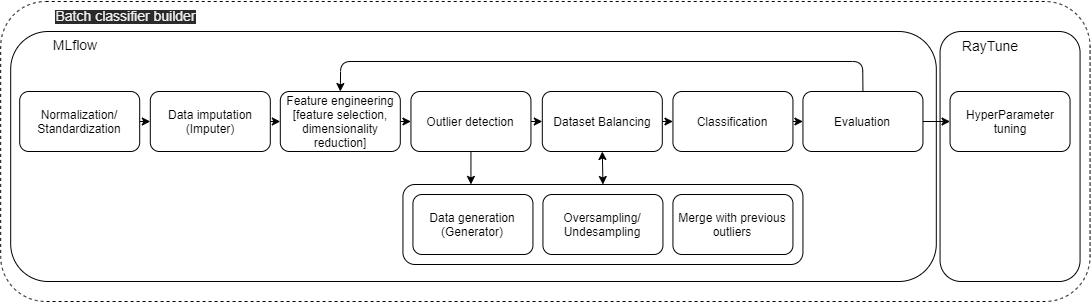
This is img/batch_model.png from pedrohjn/FIREMAN-project_frontend, a draw.io export, as it was before one commit. Source tidied: cells renumbered, new cells last; positions are measured from the earlier drawing's top-left corner, leaving out a move shared by most shapes.
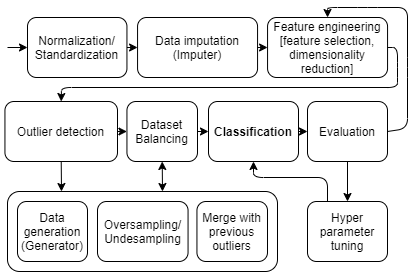
The same diagram one commit later.

What changed in the source:
```diff
@@ -2,64 +2,67 @@
   <root>
     <mxCell id="0" />
     <mxCell id="1" parent="0" />
-    <mxCell id="2" style="rounded=1;whiteSpace=wrap;html=1;dashed=1;" parent="1" vertex="1">
-      <mxGeometry x="0.2" y="1" width="1089.4" height="300" as="geometry" />
-    </mxCell>
-    <mxCell id="3" style="rounded=1;whiteSpace=wrap;html=1;" parent="1" vertex="1">
-      <mxGeometry x="10.2" y="31" width="925.6" height="250" as="geometry" />
-    </mxCell>
     <mxCell id="4" style="rounded=1;whiteSpace=wrap;html=1;" parent="1" vertex="1">
-      <mxGeometry x="402.4" y="184" width="400" height="80" as="geometry" />
+      <mxGeometry x="413" y="184" width="270" height="80" as="geometry" />
     </mxCell>
-    <mxCell id="5" value="&lt;span style=&quot;color: rgb(240 , 240 , 240) ; font-family: &amp;#34;helvetica&amp;#34; ; font-style: normal ; font-weight: 400 ; letter-spacing: normal ; text-align: center ; text-indent: 0px ; text-transform: none ; word-spacing: 0px ; background-color: rgb(42 , 42 , 42) ; display: inline ; float: none&quot;&gt;&lt;font style=&quot;font-size: 14px&quot;&gt;Batch classifier builder&lt;/font&gt;&lt;/span&gt;" style="text;html=1;strokeColor=none;fillColor=none;align=center;verticalAlign=middle;whiteSpace=wrap;rounded=0;" parent="1" vertex="1">
-      <mxGeometry x="49.6" width="150.6" height="30" as="geometry" />
-    </mxCell>
     <mxCell id="6" value="Feature engineering&lt;br&gt;[feature selection, dimensionality reduction]" style="rounded=1;whiteSpace=wrap;html=1;" parent="1" vertex="1">
-      <mxGeometry x="279.8" y="91" width="120" height="60" as="geometry" />
+      <mxGeometry x="673.1" y="10" width="120" height="60" as="geometry" />
     </mxCell>
     <mxCell id="7" value="Data imputation&lt;br&gt;(Imputer)" style="rounded=1;whiteSpace=wrap;html=1;" parent="1" vertex="1">
-      <mxGeometry x="149.8" y="91" width="120" height="60" as="geometry" />
+      <mxGeometry x="543.1" y="10" width="120" height="60" as="geometry" />
     </mxCell>
     <mxCell id="8" value="Outlier detection" style="rounded=1;whiteSpace=wrap;html=1;" parent="1" vertex="1">
-      <mxGeometry x="410.4" y="91" width="120" height="60" as="geometry" />
+      <mxGeometry x="410.4" y="94" width="112.6" height="60" as="geometry" />
     </mxCell>
     <mxCell id="9" value="Dataset Balancing" style="rounded=1;whiteSpace=wrap;html=1;" parent="1" vertex="1">
-      <mxGeometry x="541.8" y="91" width="120" height="60" as="geometry" />
+      <mxGeometry x="532.4" y="94" width="70.6" height="60" as="geometry" />
     </mxCell>
     <mxCell id="10" value="Data generation&lt;br&gt;(Generator)" style="rounded=1;whiteSpace=wrap;html=1;" parent="1" vertex="1">
-      <mxGeometry x="412.4" y="194" width="120" height="60" as="geometry" />
+      <mxGeometry x="423" y="194" width="70" height="60" as="geometry" />
     </mxCell>
     <mxCell id="11" value="Oversampling/&lt;br&gt;Undesampling" style="rounded=1;whiteSpace=wrap;html=1;" parent="1" vertex="1">
-      <mxGeometry x="542.4" y="194" width="120" height="60" as="geometry" />
+      <mxGeometry x="503" y="194" width="90.6" height="60" as="geometry" />
     </mxCell>
     <mxCell id="12" value="Merge with previous outliers" style="rounded=1;whiteSpace=wrap;html=1;" parent="1" vertex="1">
-      <mxGeometry x="672.4" y="194" width="120" height="60" as="geometry" />
+      <mxGeometry x="602.4" y="194" width="70.6" height="60" as="geometry" />
     </mxCell>
-    <mxCell id="13" style="endArrow=classic;startArrow=classic;html=1;exitX=0.5;exitY=0;exitDx=0;exitDy=0;entryX=0.5;entryY=1;entryDx=0;entryDy=0;" parent="1" edge="1" source="4" target="9">
-      <mxGeometry relative="1" as="geometry" />
+    <mxCell id="13" style="endArrow=classic;startArrow=classic;html=1;entryX=0.5;entryY=1;entryDx=0;entryDy=0;" parent="1" edge="1" target="9">
+      <mxGeometry relative="1" as="geometry">
+        <mxPoint x="568" y="184" as="sourcePoint" />
+      </mxGeometry>
     </mxCell>
-    <mxCell id="14" value="Classification" style="rounded=1;whiteSpace=wrap;html=1;" parent="1" vertex="1">
-      <mxGeometry x="672.4" y="91" width="120" height="60" as="geometry" />
+    <mxCell id="14" value="Classification" style="rounded=1;whiteSpace=wrap;html=1;fontStyle=1;" parent="1" vertex="1">
+      <mxGeometry x="614" y="94" width="90" height="60" as="geometry" />
     </mxCell>
-    <mxCell id="15" style="endArrow=classic;html=1;entryX=0.5;entryY=0;entryDx=0;entryDy=0;exitX=0.5;exitY=0;exitDx=0;exitDy=0;" parent="1" edge="1" source="19" target="6">
+    <mxCell id="15" style="endArrow=classic;html=1;entryX=0.5;entryY=0;entryDx=0;entryDy=0;exitX=1;exitY=0.5;exitDx=0;exitDy=0;" parent="1" edge="1" source="19" target="6">
       <mxGeometry relative="1" as="geometry">
         <Array as="points">
-          <mxPoint x="862.2" y="61" />
-          <mxPoint x="340.2" y="61" />
+          <mxPoint x="813" y="121" />
+          <mxPoint x="813" y="60" />
+          <mxPoint x="813" />
+          <mxPoint x="773" />
+          <mxPoint x="733" />
         </Array>
       </mxGeometry>
     </mxCell>
     <mxCell id="16" style="endArrow=classic;html=1;entryX=0;entryY=0.5;entryDx=0;entryDy=0;exitX=1;exitY=0.5;exitDx=0;exitDy=0;" parent="1" edge="1" source="8" target="9">
       <mxGeometry relative="1" as="geometry" />
     </mxCell>
-    <mxCell id="17" style="endArrow=classic;html=1;entryX=0;entryY=0.5;entryDx=0;entryDy=0;exitX=1;exitY=0.5;exitDx=0;exitDy=0;" parent="1" edge="1" source="6" target="8">
-      <mxGeometry relative="1" as="geometry" />
+    <mxCell id="17" style="endArrow=classic;html=1;entryX=0.5;entryY=0;entryDx=0;entryDy=0;exitX=1;exitY=0.5;exitDx=0;exitDy=0;" parent="1" edge="1" source="6" target="8">
+      <mxGeometry relative="1" as="geometry">
+        <Array as="points">
+          <mxPoint x="803" y="40" />
+          <mxPoint x="803" y="60" />
+          <mxPoint x="803" y="80" />
+          <mxPoint x="467" y="80" />
+        </Array>
+      </mxGeometry>
     </mxCell>
     <mxCell id="18" style="endArrow=classic;html=1;entryX=0;entryY=0.5;entryDx=0;entryDy=0;exitX=1;exitY=0.5;exitDx=0;exitDy=0;" parent="1" edge="1" source="9" target="14">
       <mxGeometry relative="1" as="geometry" />
     </mxCell>
     <mxCell id="19" value="Evaluation" style="rounded=1;whiteSpace=wrap;html=1;" parent="1" vertex="1">
-      <mxGeometry x="802.4" y="91" width="120" height="60" as="geometry" />
+      <mxGeometry x="713" y="94" width="80" height="60" as="geometry" />
     </mxCell>
     <mxCell id="20" style="endArrow=classic;html=1;entryX=0;entryY=0.5;entryDx=0;entryDy=0;exitX=1;exitY=0.5;exitDx=0;exitDy=0;" parent="1" edge="1" source="14" target="19">
       <mxGeometry relative="1" as="geometry" />
@@ -67,29 +70,35 @@
     <mxCell id="21" style="endArrow=classic;html=1;entryX=0;entryY=0.5;entryDx=0;entryDy=0;exitX=1;exitY=0.5;exitDx=0;exitDy=0;" parent="1" edge="1" source="7" target="6">
       <mxGeometry relative="1" as="geometry" />
     </mxCell>
-    <mxCell id="22" style="rounded=1;whiteSpace=wrap;html=1;" parent="1" vertex="1">
-      <mxGeometry x="939.6" y="31" width="140" height="250" as="geometry" />
-    </mxCell>
-    <mxCell id="23" value="HyperParameter tuning" style="rounded=1;whiteSpace=wrap;html=1;" parent="1" vertex="1">
-      <mxGeometry x="949.6" y="91" width="120" height="60" as="geometry" />
+    <mxCell id="23" value="Hyper parameter tuning" style="rounded=1;whiteSpace=wrap;html=1;" parent="1" vertex="1">
+      <mxGeometry x="713" y="194" width="80" height="60" as="geometry" />
     </mxCell>
-    <mxCell id="24" style="endArrow=classic;html=1;entryX=0;entryY=0.5;entryDx=0;entryDy=0;exitX=1;exitY=0.5;exitDx=0;exitDy=0;" parent="1" edge="1" source="19" target="23">
-      <mxGeometry relative="1" as="geometry" />
-    </mxCell>
-    <mxCell id="25" value="&lt;font face=&quot;helvetica&quot;&gt;&lt;span style=&quot;font-size: 14px&quot;&gt;MLflow&lt;/span&gt;&lt;/font&gt;" style="text;html=1;strokeColor=none;fillColor=none;align=center;verticalAlign=middle;whiteSpace=wrap;rounded=0;" parent="1" vertex="1">
-      <mxGeometry x="47.8" y="29" width="54.4" height="30" as="geometry" />
-    </mxCell>
-    <mxCell id="26" value="&lt;font face=&quot;helvetica&quot;&gt;&lt;span style=&quot;font-size: 14px&quot;&gt;RayTune&lt;/span&gt;&lt;/font&gt;" style="text;html=1;strokeColor=none;fillColor=none;align=center;verticalAlign=middle;whiteSpace=wrap;rounded=0;" parent="1" vertex="1">
-      <mxGeometry x="939.6" y="30" width="100" height="30" as="geometry" />
-    </mxCell>
     <mxCell id="27" value="Normalization/&lt;br&gt;Standardization" style="rounded=1;whiteSpace=wrap;html=1;" parent="1" vertex="1">
-      <mxGeometry x="19.2" y="91" width="120" height="60" as="geometry" />
+      <mxGeometry x="433" y="10" width="99.4" height="60" as="geometry" />
     </mxCell>
     <mxCell id="28" style="endArrow=classic;html=1;entryX=0;entryY=0.5;entryDx=0;entryDy=0;exitX=1;exitY=0.5;exitDx=0;exitDy=0;" parent="1" edge="1" source="27" target="7">
       <mxGeometry relative="1" as="geometry" />
     </mxCell>
-    <mxCell id="29" style="endArrow=classic;html=1;exitX=0.5;exitY=1;exitDx=0;exitDy=0;entryX=0.17;entryY=-0.001;entryDx=0;entryDy=0;entryPerimeter=0;" parent="1" edge="1" source="8" target="4">
-      <mxGeometry relative="1" as="geometry" />
+    <mxCell id="29" style="endArrow=classic;html=1;exitX=0.5;exitY=1;exitDx=0;exitDy=0;" parent="1" edge="1" source="8">
+      <mxGeometry relative="1" as="geometry">
+        <mxPoint x="467" y="184" as="targetPoint" />
+      </mxGeometry>
     </mxCell>
+    <mxCell id="30" style="endArrow=classic;html=1;entryX=0;entryY=0.5;entryDx=0;entryDy=0;" parent="1" edge="1" target="27">
+      <mxGeometry relative="1" as="geometry">
+        <mxPoint x="413" y="40" as="sourcePoint" />
+      </mxGeometry>
+    </mxCell>
+    <mxCell id="31" style="endArrow=classic;html=1;exitX=0.25;exitY=0;exitDx=0;exitDy=0;entryX=0.5;entryY=1;entryDx=0;entryDy=0;" parent="1" edge="1" source="23" target="14">
+      <mxGeometry relative="1" as="geometry">
+        <Array as="points">
+          <mxPoint x="733" y="170" />
+          <mxPoint x="659" y="170" />
+        </Array>
+      </mxGeometry>
+    </mxCell>
+    <mxCell id="24" style="endArrow=classic;html=1;exitX=0.5;exitY=1;exitDx=0;exitDy=0;entryX=0.5;entryY=0;entryDx=0;entryDy=0;" parent="1" edge="1" source="19" target="23">
+      <mxGeometry relative="1" as="geometry" />
+    </mxCell>
   </root>
 </mxGraphModel>
```
